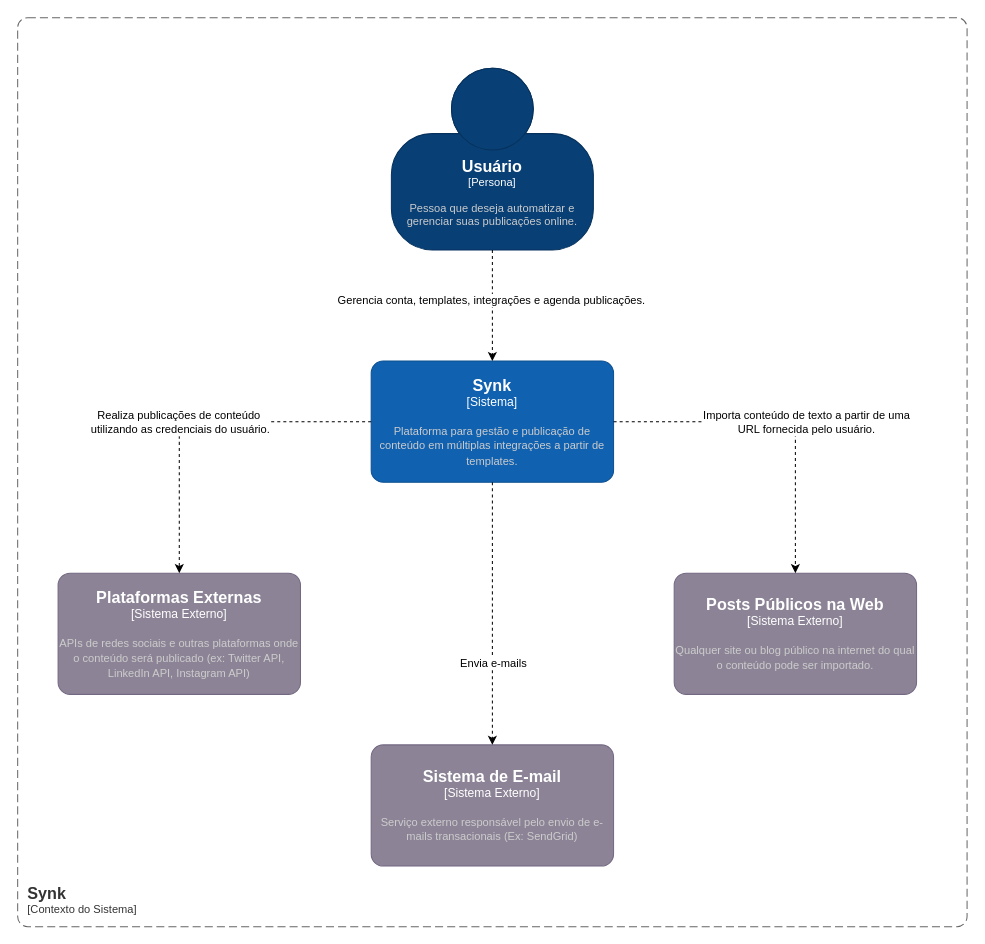
Earlier version of the draw.io diagram assets/c1.drawio (cristianprochnow/synk). Source tidied: cells renumbered, new cells numbered last; positions are measured from the earlier drawing's top-left corner, leaving out a move shared by most shapes. Both pictures are drawn from the tidied source at 101%, with x=0, y=0 at pixel (17, 17).
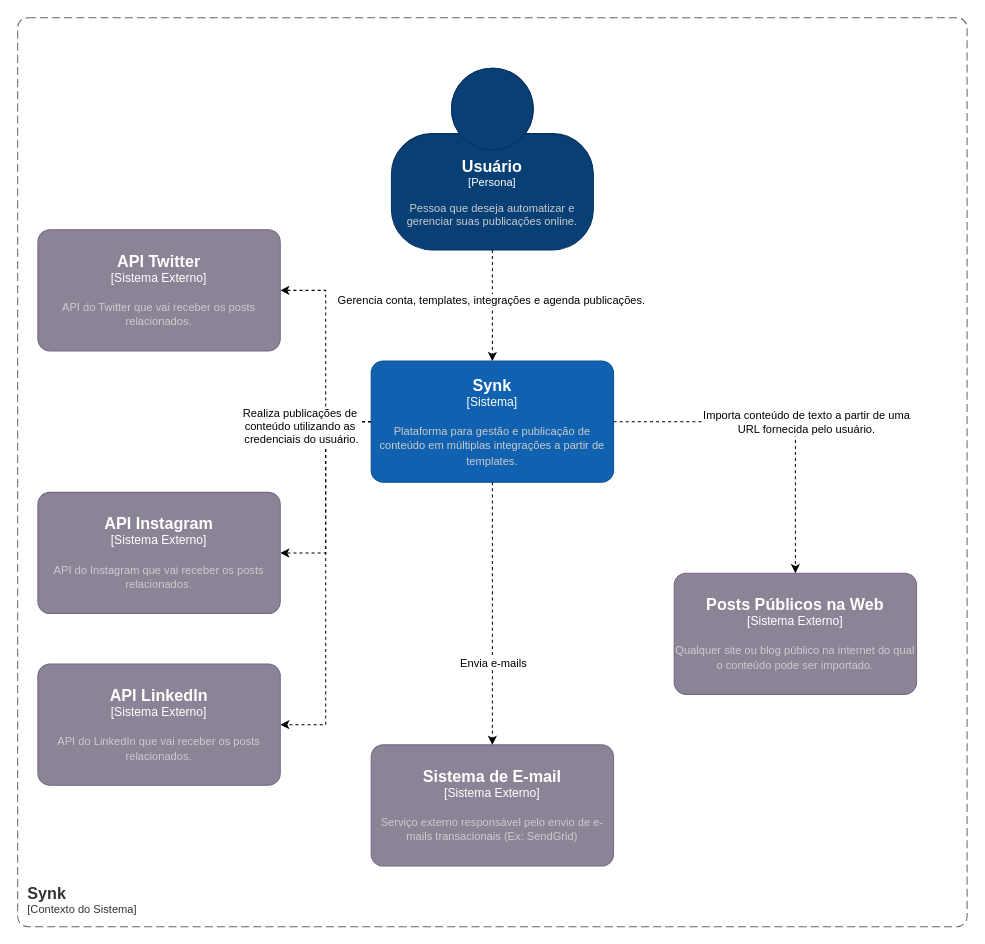
Above is the later version.

Unchanged cells that the change refers to:
```xml
<object id="4" label="&lt;font style=&quot;font-size: 16px&quot;&gt;&lt;b&gt;%c4Name%&lt;/b&gt;&lt;/font&gt;&lt;div&gt;[%c4Type%]&lt;/div&gt;&lt;br&gt;&lt;div&gt;&lt;font style=&quot;font-size: 11px&quot;&gt;&lt;font color=&quot;#cccccc&quot;&gt;%c4Description%&lt;/font&gt;&lt;/div&gt;" c4Description="Plataforma para gestão e publicação de conteúdo em múltiplas integrações a partir de templates." c4Name="Synk" c4Type="Sistema" placeholders="1">
  <mxCell style="rounded=1;whiteSpace=wrap;html=1;labelBackgroundColor=none;fillColor=#1061B0;fontColor=#ffffff;align=center;arcSize=10;strokeColor=#0D5091;points=[[0.25,0,0],[0.5,0,0],[0.75,0,0],[1,0.25,0],[1,0.5,0],[1,0.75,0],[0.75,1,0],[0.5,1,0],[0.25,1,0],[0,0.75,0],[0,0.5,0],[0,0.25,0]];" parent="1" vertex="1">
    <mxGeometry x="350" y="340" width="240" height="120" as="geometry" />
  </mxCell>
</object>
```

The edit, as a diff of the source:
```diff
@@
+    <mxCell id="16" style="edgeStyle=orthogonalEdgeStyle;rounded=0;jettySize=auto;html=1;entryX=1;entryY=0.5;entryDx=0;entryDy=0;entryPerimeter=0;dashed=1;" parent="1" edge="1" source="4" target="19">
+      <mxGeometry relative="1" as="geometry" />
+    </mxCell>
+    <mxCell id="17" style="edgeStyle=orthogonalEdgeStyle;rounded=0;jettySize=auto;html=1;entryX=1;entryY=0.5;entryDx=0;entryDy=0;entryPerimeter=0;dashed=1;" parent="1" edge="1" source="4" target="20">
+      <mxGeometry relative="1" as="geometry" />
+    </mxCell>
@@
-    <object id="6" label="&lt;font style=&quot;font-size: 16px&quot;&gt;&lt;b&gt;%c4Name%&lt;/b&gt;&lt;/font&gt;&lt;div&gt;[%c4Type%]&lt;/div&gt;&lt;br&gt;&lt;div&gt;&lt;font style=&quot;font-size: 11px&quot;&gt;&lt;font color=&quot;#cccccc&quot;&gt;%c4Description%&lt;/font&gt;&lt;/div&gt;" c4Description="APIs de redes sociais e outras plataformas onde o conteúdo será publicado (ex: Twitter API, LinkedIn API, Instagram API)" c4Name="Plataformas Externas" c4Type="Sistema Externo" placeholders="1">
-      <mxCell style="rounded=1;whiteSpace=wrap;html=1;labelBackgroundColor=none;fillColor=#8C8496;fontColor=#ffffff;align=center;arcSize=10;strokeColor=#736782;points=[[0.25,0,0],[0.5,0,0],[0.75,0,0],[1,0.25,0],[1,0.5,0],[1,0.75,0],[0.75,1,0],[0.5,1,0],[0.25,1,0],[0,0.75,0],[0,0.5,0],[0,0.25,0]];" parent="1" vertex="1">
-        <mxGeometry x="40" y="550" width="240" height="120" as="geometry" />
-      </mxCell>
-    </object>
@@
-    <mxCell id="12" style="edgeStyle=orthogonalEdgeStyle;rounded=0;jettySize=auto;html=1;entryX=0.5;entryY=0;entryDx=0;entryDy=0;entryPerimeter=0;dashed=1;" parent="1" edge="1" source="4" target="6">
+    <mxCell id="12" style="edgeStyle=orthogonalEdgeStyle;rounded=0;jettySize=auto;html=1;entryX=1;entryY=0.5;entryDx=0;entryDy=0;entryPerimeter=0;dashed=1;" parent="1" edge="1" source="4" target="18">
       <mxGeometry relative="1" as="geometry" />
     </mxCell>
-    <mxCell id="13" value="Realiza publicações de conteúdo&amp;nbsp;&lt;div&gt;utilizando as credenciais do usuário.&lt;/div&gt;" style="edgeLabel;html=1;align=center;verticalAlign=middle;" parent="12" vertex="1">
+    <mxCell id="13" value="Realiza publicações de&amp;nbsp;&lt;div&gt;conteúdo&amp;nbsp;&lt;span style=&quot;background-color: light-dark(#ffffff, var(--ge-dark-color, #121212)); color: light-dark(rgb(0, 0, 0), rgb(255, 255, 255));&quot;&gt;utilizando as&amp;nbsp;&lt;/span&gt;&lt;/div&gt;&lt;div&gt;&lt;span style=&quot;background-color: light-dark(#ffffff, var(--ge-dark-color, #121212)); color: light-dark(rgb(0, 0, 0), rgb(255, 255, 255));&quot;&gt;credenciais do usuário.&lt;/span&gt;&lt;/div&gt;" style="edgeLabel;html=1;align=center;verticalAlign=middle;" parent="12" vertex="1">
       <mxGeometry x="-0.13" y="2" relative="1" as="geometry">
-        <mxPoint x="-42" y="-2" as="offset" />
+        <mxPoint x="-23" y="55" as="offset" />
       </mxGeometry>
     </mxCell>
@@
+    <object id="18" label="&lt;font style=&quot;font-size: 16px&quot;&gt;&lt;b&gt;%c4Name%&lt;/b&gt;&lt;/font&gt;&lt;div&gt;[%c4Type%]&lt;/div&gt;&lt;br&gt;&lt;div&gt;&lt;font style=&quot;font-size: 11px&quot;&gt;&lt;font color=&quot;#cccccc&quot;&gt;%c4Description%&lt;/font&gt;&lt;/div&gt;" c4Description="API do Twitter que vai receber os posts relacionados." c4Name="API Twitter" c4Type="Sistema Externo" placeholders="1">
+      <mxCell style="rounded=1;whiteSpace=wrap;html=1;labelBackgroundColor=none;fillColor=#8C8496;fontColor=#ffffff;align=center;arcSize=10;strokeColor=#736782;points=[[0.25,0,0],[0.5,0,0],[0.75,0,0],[1,0.25,0],[1,0.5,0],[1,0.75,0],[0.75,1,0],[0.5,1,0],[0.25,1,0],[0,0.75,0],[0,0.5,0],[0,0.25,0]];" parent="1" vertex="1">
+        <mxGeometry x="20" y="210" width="240" height="120" as="geometry" />
+      </mxCell>
+    </object>
+    <object id="19" label="&lt;font style=&quot;font-size: 16px&quot;&gt;&lt;b&gt;%c4Name%&lt;/b&gt;&lt;/font&gt;&lt;div&gt;[%c4Type%]&lt;/div&gt;&lt;br&gt;&lt;div&gt;&lt;font style=&quot;font-size: 11px&quot;&gt;&lt;font color=&quot;#cccccc&quot;&gt;%c4Description%&lt;/font&gt;&lt;/div&gt;" c4Description="API do Instagram que vai receber os posts relacionados." c4Name="API Instagram" c4Type="Sistema Externo" placeholders="1">
+      <mxCell style="rounded=1;whiteSpace=wrap;html=1;labelBackgroundColor=none;fillColor=#8C8496;fontColor=#ffffff;align=center;arcSize=10;strokeColor=#736782;points=[[0.25,0,0],[0.5,0,0],[0.75,0,0],[1,0.25,0],[1,0.5,0],[1,0.75,0],[0.75,1,0],[0.5,1,0],[0.25,1,0],[0,0.75,0],[0,0.5,0],[0,0.25,0]];" parent="1" vertex="1">
+        <mxGeometry x="20" y="470" width="240" height="120" as="geometry" />
+      </mxCell>
+    </object>
+    <object id="20" label="&lt;font style=&quot;font-size: 16px&quot;&gt;&lt;b&gt;%c4Name%&lt;/b&gt;&lt;/font&gt;&lt;div&gt;[%c4Type%]&lt;/div&gt;&lt;br&gt;&lt;div&gt;&lt;font style=&quot;font-size: 11px&quot;&gt;&lt;font color=&quot;#cccccc&quot;&gt;%c4Description%&lt;/font&gt;&lt;/div&gt;" c4Description="API do LinkedIn que vai receber os posts relacionados." c4Name="API LinkedIn" c4Type="Sistema Externo" placeholders="1">
+      <mxCell style="rounded=1;whiteSpace=wrap;html=1;labelBackgroundColor=none;fillColor=#8C8496;fontColor=#ffffff;align=center;arcSize=10;strokeColor=#736782;points=[[0.25,0,0],[0.5,0,0],[0.75,0,0],[1,0.25,0],[1,0.5,0],[1,0.75,0],[0.75,1,0],[0.5,1,0],[0.25,1,0],[0,0.75,0],[0,0.5,0],[0,0.25,0]];" parent="1" vertex="1">
+        <mxGeometry x="20" y="640" width="240" height="120" as="geometry" />
+      </mxCell>
+    </object>
```
